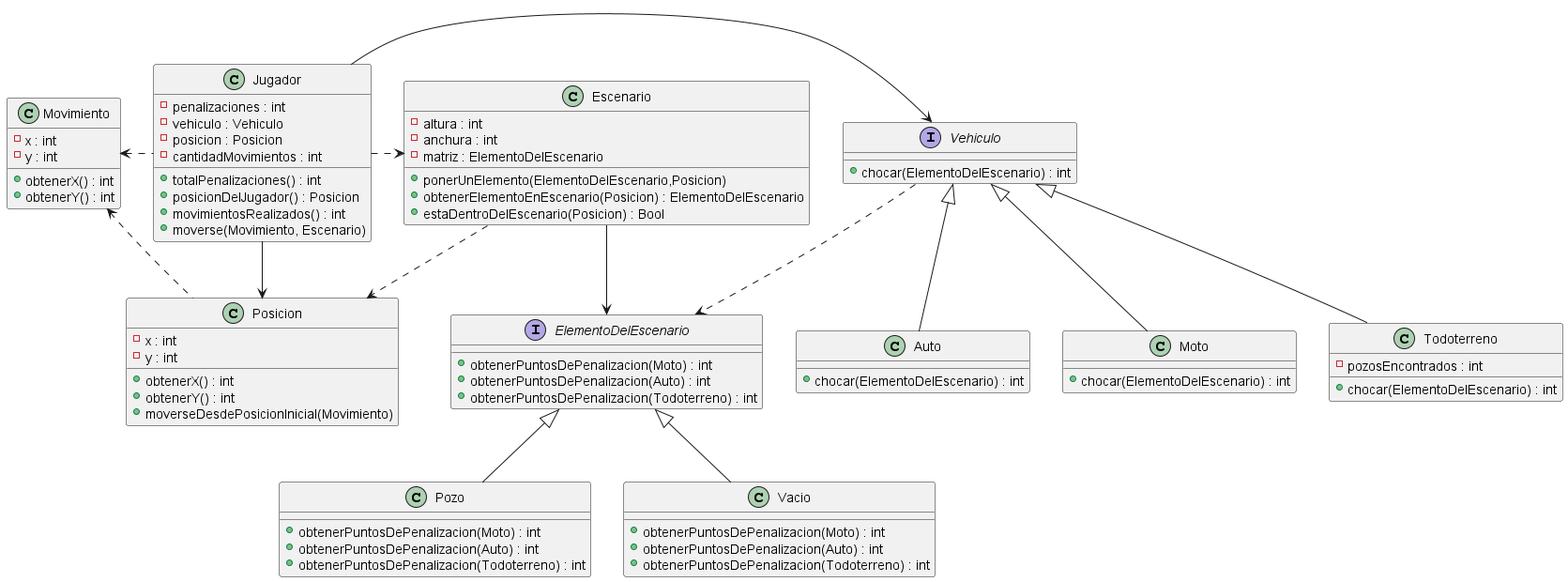
NestorPala/T17-GPSChallenge keeps this PlantUML diagram as diagrams/classes/diagrama_clase.png. Above is the earlier version. Its source is kept beside it as diagrams/classes/diagrama_clase.puml.
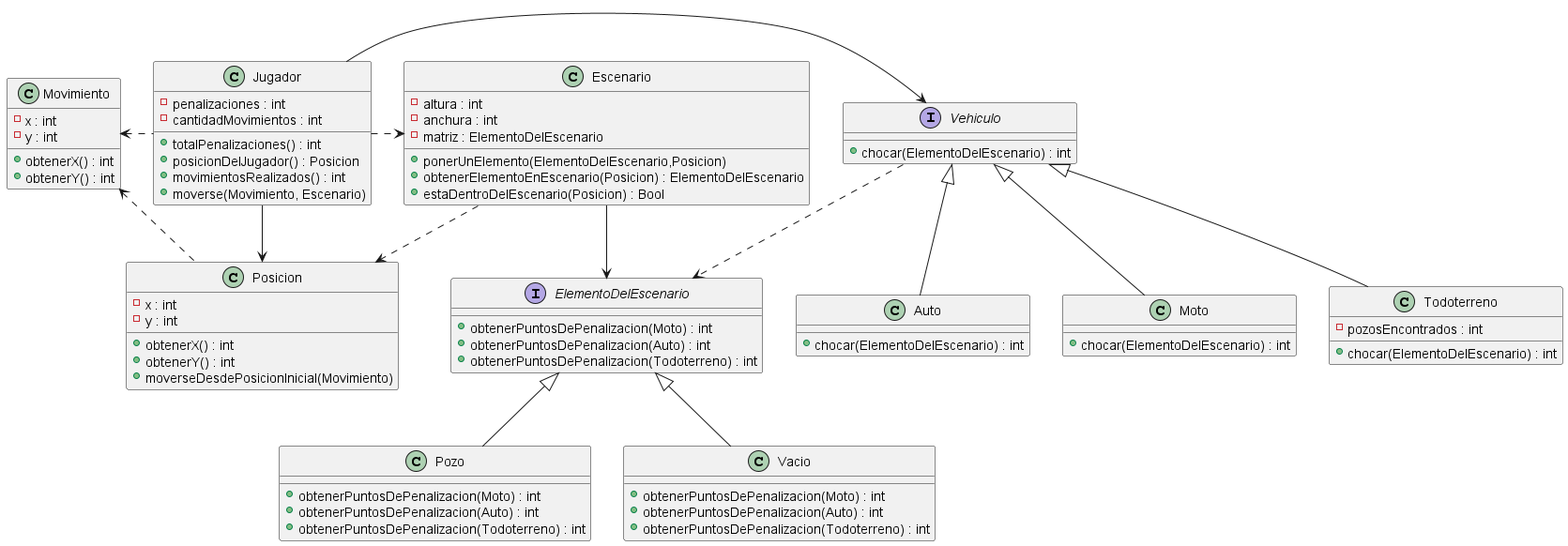
After the change.

Commit message:
Cambio atributos clase Jugador en el diagrama de clases

What changed in the source:
```diff
@@ -2,8 +2,6 @@
 
 class Jugador {
     - penalizaciones : int
-    - vehiculo : Vehiculo
-    - posicion : Posicion
     - cantidadMovimientos : int
     + totalPenalizaciones() : int
     + posicionDelJugador() : Posicion
```
